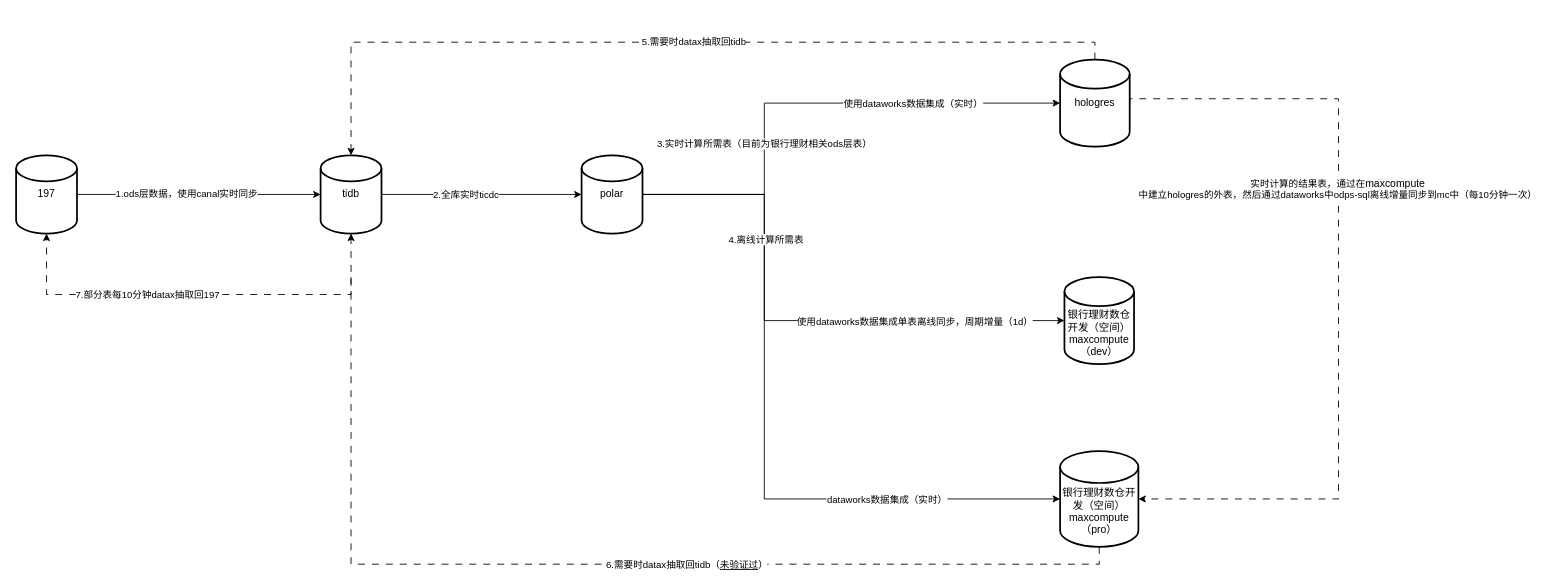
Above: 基础数据流向.drawio in liujiansgit/images- (draw.io), before the change. Source tidied: cells renumbered, new cells numbered last; positions are measured from the earlier drawing's top-left corner, leaving out a move shared by most shapes. Both pictures are drawn from the tidied source at 87%, with x=0, y=0 at pixel (16, 42).
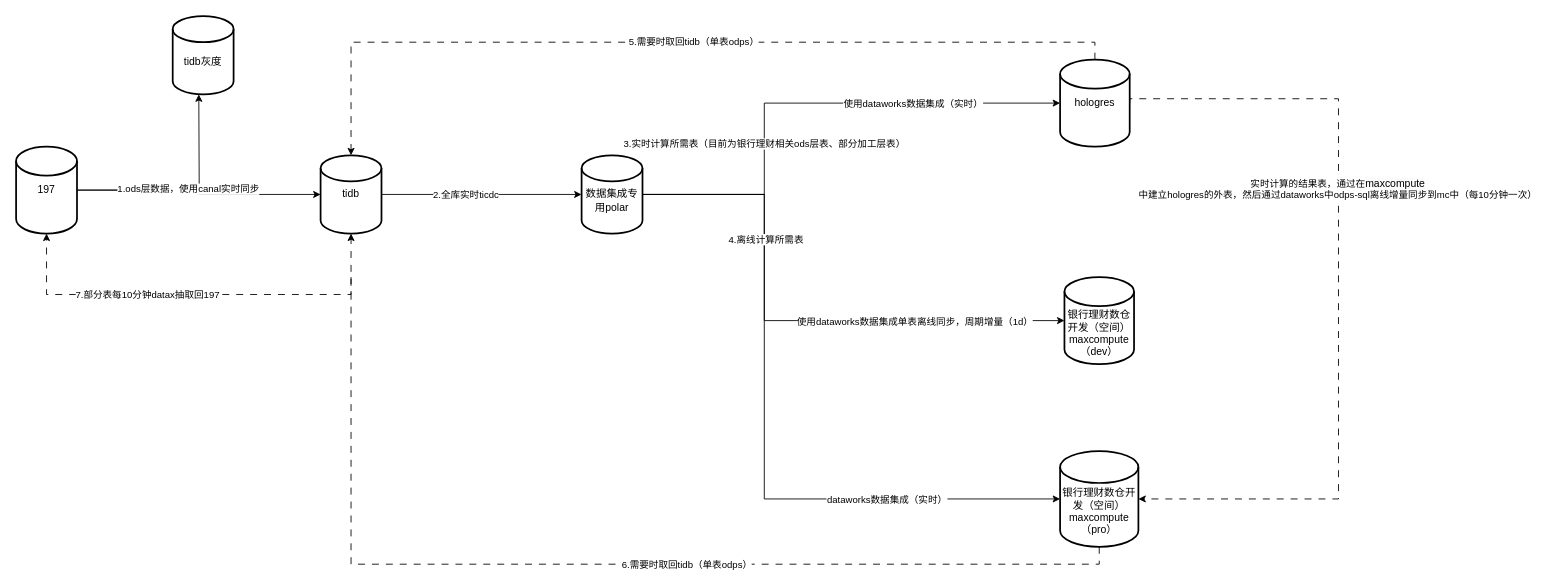
The same diagram, later.

Commit message:
更新基础数据流向.drawio

The change refers to these unchanged cells:
```xml
<mxCell id="19" style="edgeStyle=orthogonalEdgeStyle;rounded=0;jettySize=auto;html=1;entryX=0.5;entryY=0;entryDx=0;entryDy=0;entryPerimeter=0;dashed=1;dashPattern=8 8;" parent="1" edge="1" source="6" target="4">
  <mxGeometry relative="1" as="geometry">
    <Array as="points">
      <mxPoint x="1240" />
      <mxPoint x="385" />
    </Array>
  </mxGeometry>
</mxCell>
<mxCell id="21" style="edgeStyle=orthogonalEdgeStyle;rounded=0;jettySize=auto;html=1;entryX=0.5;entryY=1;entryDx=0;entryDy=0;entryPerimeter=0;dashed=1;dashPattern=8 8;" parent="1" edge="1" source="10" target="4">
  <mxGeometry relative="1" as="geometry">
    <Array as="points">
      <mxPoint x="1245" y="600" />
      <mxPoint x="385" y="600" />
    </Array>
  </mxGeometry>
</mxCell>
<mxCell id="23" style="edgeStyle=orthogonalEdgeStyle;rounded=0;jettySize=auto;html=1;entryX=0;entryY=0.5;entryDx=0;entryDy=0;entryPerimeter=0;" parent="1" edge="1" source="5" target="6">
  <mxGeometry relative="1" as="geometry">
    <Array as="points">
      <mxPoint x="860" y="175" />
      <mxPoint x="860" y="70" />
    </Array>
  </mxGeometry>
</mxCell>
```

What changed in the source:
```diff
@@
-    <mxCell id="5" value="polar" style="strokeWidth=2;html=1;shape=mxgraph.flowchart.database;whiteSpace=wrap;" parent="1" vertex="1">
+    <mxCell id="5" value="&lt;div&gt;&lt;br&gt;&lt;/div&gt;数据集成专用polar" style="strokeWidth=2;html=1;shape=mxgraph.flowchart.database;whiteSpace=wrap;" parent="1" vertex="1">
       <mxGeometry x="650" y="130" width="70" height="90" as="geometry" />
     </mxCell>
@@
+    <mxCell id="28" style="edgeStyle=orthogonalEdgeStyle;rounded=0;jettySize=auto;html=1;" parent="1" edge="1" source="16">
+      <mxGeometry relative="1" as="geometry">
+        <mxPoint x="210" y="60" as="targetPoint" />
+      </mxGeometry>
+    </mxCell>
     <mxCell id="16" value="197" style="strokeWidth=2;html=1;shape=mxgraph.flowchart.database;whiteSpace=wrap;" parent="1" vertex="1">
-      <mxGeometry y="130" width="70" height="90" as="geometry" />
+      <mxGeometry y="120" width="70" height="100" as="geometry" />
     </mxCell>
@@
-    <mxCell id="20" value="5.需要时datax抽取回tidb" style="edgeLabel;html=1;align=center;verticalAlign=middle;" parent="19" vertex="1">
+    <mxCell id="20" value="5.需要时取回tidb（单表odps）" style="edgeLabel;html=1;align=center;verticalAlign=middle;" parent="19" vertex="1">
       <mxGeometry x="-0.04" relative="1" as="geometry">
         <mxPoint y="-1" as="offset" />
       </mxGeometry>
     </mxCell>
@@
-    <mxCell id="22" value="6.需要时datax抽取回tidb（&lt;u&gt;未验证过&lt;/u&gt;）" style="edgeLabel;html=1;align=center;verticalAlign=middle;" parent="21" vertex="1">
+    <mxCell id="22" value="6.需要时取回tidb（单表odps）" style="edgeLabel;html=1;align=center;verticalAlign=middle;" parent="21" vertex="1">
       <mxGeometry x="-0.13" relative="1" as="geometry">
         <mxPoint x="53" as="offset" />
       </mxGeometry>
     </mxCell>
@@
-    <mxCell id="24" value="3.实时计算所需表（目前为银行理财相关ods层表）" style="edgeLabel;html=1;align=center;verticalAlign=middle;" parent="23" vertex="1">
+    <mxCell id="24" value="3.实时计算所需表（目前为银行理财相关ods层表、部分加工层表）" style="edgeLabel;html=1;align=center;verticalAlign=middle;" parent="23" vertex="1">
       <mxGeometry x="-0.32" y="1" relative="1" as="geometry" />
     </mxCell>
@@
+    <mxCell id="29" value="&lt;div&gt;&lt;br&gt;&lt;/div&gt;tidb灰度" style="strokeWidth=2;html=1;shape=mxgraph.flowchart.database;whiteSpace=wrap;" parent="1" vertex="1">
+      <mxGeometry x="180" y="-30" width="70" height="90" as="geometry" />
+    </mxCell>
```
